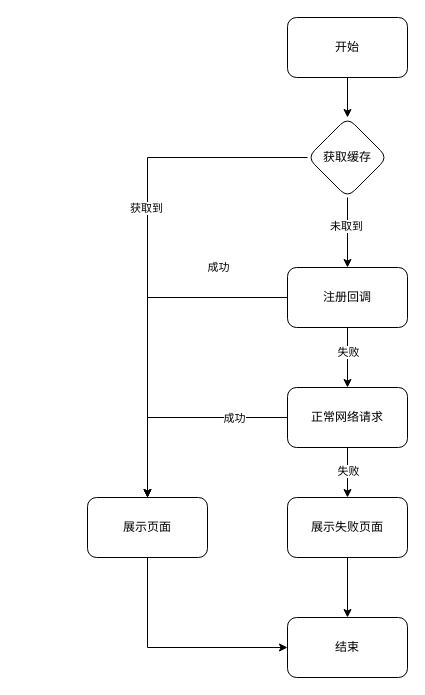
linheimx/Husky keeps this draw.io diagram as Untitled Diagram.drawio. Above is the earlier version. Source tidied: cells renumbered, new cells numbered last; positions are measured from the earlier drawing's top-left corner, leaving out a move shared by most shapes. Both pictures are drawn from the tidied source at 100%, with x=0, y=0 at pixel (87, 17).
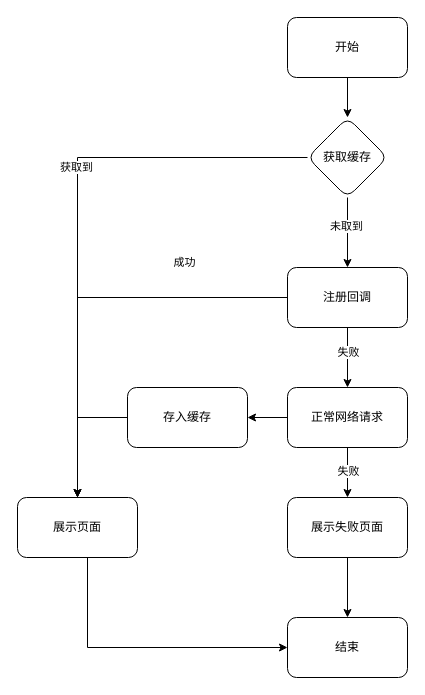
The same diagram, later.

The change refers to these unchanged cells:
```xml
<mxCell id="15" value="注册回调" style="whiteSpace=wrap;html=1;rounded=1;" parent="1" vertex="1">
  <mxGeometry x="200" y="250" width="120" height="60" as="geometry" />
</mxCell>
<mxCell id="20" value="正常网络请求" style="whiteSpace=wrap;html=1;rounded=1;" parent="1" vertex="1">
  <mxGeometry x="200" y="370" width="120" height="60" as="geometry" />
</mxCell>
<mxCell id="23" value="结束" style="whiteSpace=wrap;html=1;rounded=1;" parent="1" vertex="1">
  <mxGeometry x="200" y="600" width="120" height="60" as="geometry" />
</mxCell>
```

Diff of the diagram source:
```diff
@@
     <mxCell id="9" style="edgeStyle=orthogonalEdgeStyle;rounded=0;jettySize=auto;html=1;entryX=0;entryY=0.5;entryDx=0;entryDy=0;" parent="1" edge="1" source="10" target="23">
       <mxGeometry relative="1" as="geometry">
         <Array as="points">
-          <mxPoint x="60" y="630" />
+          <mxPoint y="630" />
         </Array>
       </mxGeometry>
     </mxCell>
     <mxCell id="10" value="展示页面" style="whiteSpace=wrap;html=1;rounded=1;" parent="1" vertex="1">
-      <mxGeometry y="480" width="120" height="60" as="geometry" />
+      <mxGeometry x="-70" y="480" width="120" height="60" as="geometry" />
     </mxCell>
     <mxCell id="11" style="edgeStyle=orthogonalEdgeStyle;rounded=0;jettySize=auto;html=1;entryX=0.5;entryY=0;entryDx=0;entryDy=0;" parent="1" edge="1" source="15" target="10">
       <mxGeometry relative="1" as="geometry">
         <Array as="points">
-          <mxPoint x="60" y="280" />
+          <mxPoint x="-10" y="280" />
         </Array>
       </mxGeometry>
     </mxCell>
@@
-    <mxCell id="16" style="edgeStyle=orthogonalEdgeStyle;rounded=0;jettySize=auto;html=1;" parent="1" edge="1" source="20" target="10">
-      <mxGeometry relative="1" as="geometry" />
-    </mxCell>
-    <mxCell id="17" value="成功" style="edgeLabel;html=1;align=center;verticalAlign=middle;" parent="16" vertex="1">
-      <mxGeometry x="0.07" y="-1" relative="1" as="geometry">
-        <mxPoint x="64" y="1" as="offset" />
-      </mxGeometry>
-    </mxCell>
@@
+    <mxCell id="24" style="edgeStyle=orthogonalEdgeStyle;rounded=0;jettySize=auto;html=1;" parent="1" edge="1" source="20" target="26">
+      <mxGeometry relative="1" as="geometry" />
+    </mxCell>
@@
+    <mxCell id="25" style="edgeStyle=orthogonalEdgeStyle;rounded=0;jettySize=auto;html=1;entryX=0.5;entryY=0;entryDx=0;entryDy=0;" parent="1" edge="1" source="26" target="10">
+      <mxGeometry relative="1" as="geometry">
+        <Array as="points">
+          <mxPoint x="-10" y="400" />
+        </Array>
+      </mxGeometry>
+    </mxCell>
+    <mxCell id="26" value="存入缓存" style="whiteSpace=wrap;html=1;rounded=1;" parent="1" vertex="1">
+      <mxGeometry x="40" y="370" width="120" height="60" as="geometry" />
+    </mxCell>
```
